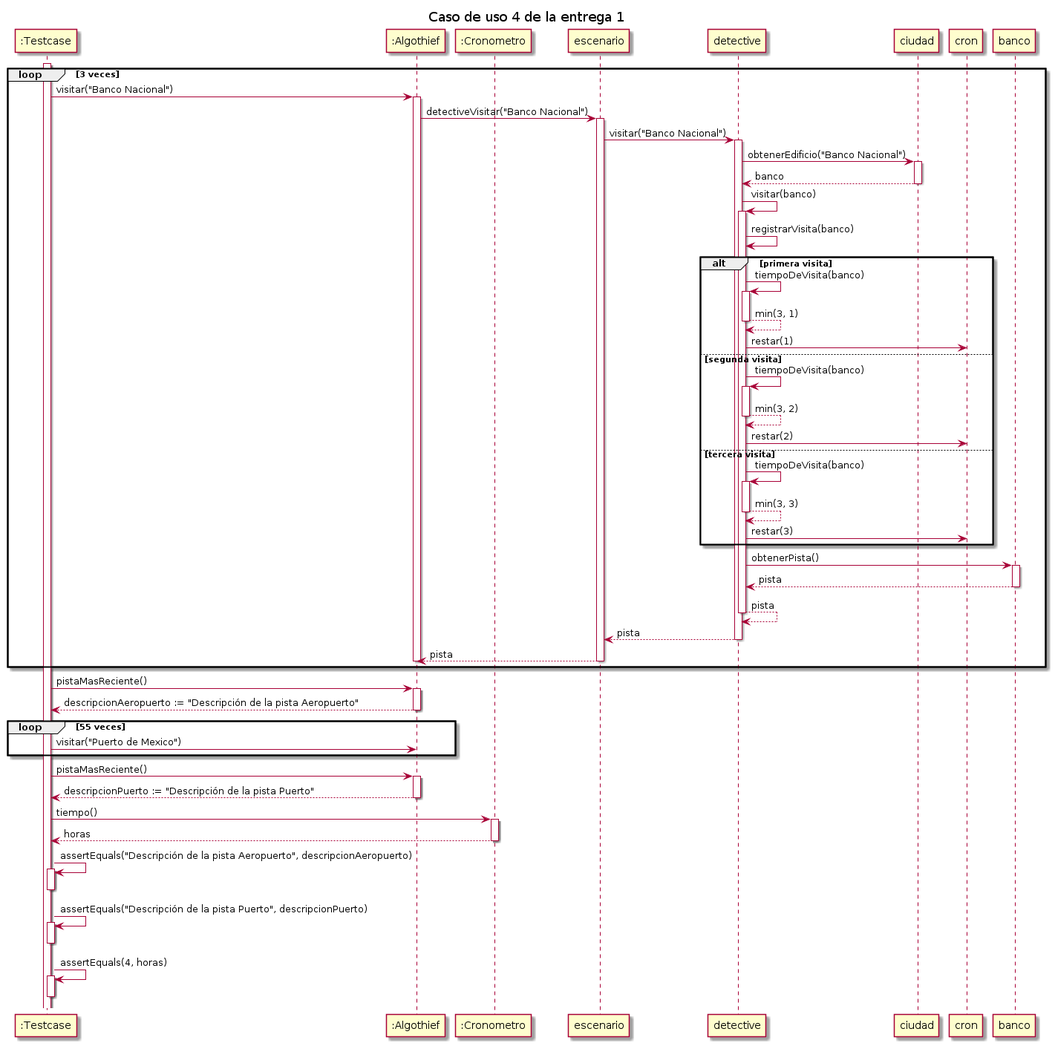
MegaRedHand/algo-thief keeps this PlantUML diagram as diagrams/sequences/secuencia_entrega1_testcase04.png. Above is the earlier version.
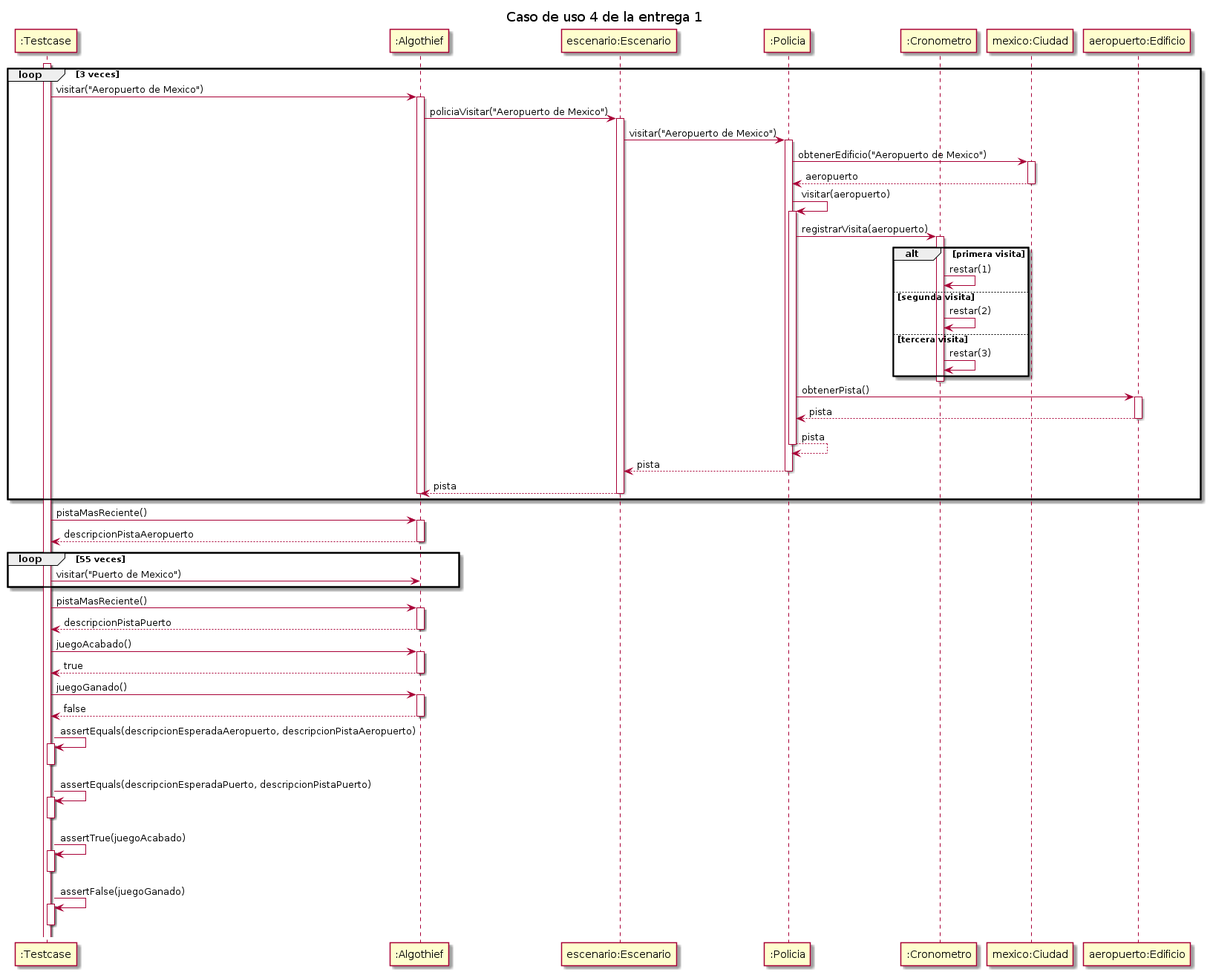
The same file after the commit.

Diff of the diagram source:
```diff
@@ -4,32 +4,32 @@
 
 participant ":Testcase" as testcase
 participant ":Algothief" as algothief
+participant "escenario:Escenario" as escenario
+participant ":Policia" as policia
 participant ":Cronometro" as cronometro
+participant "mexico:Ciudad" as ciudad
+participant "aeropuerto:Edificio" as aeropuerto
+
 
 
 activate testcase
 loop 3 veces
-    testcase -> algothief++: visitar("Banco Nacional")
-        algothief -> escenario++: detectiveVisitar("Banco Nacional")
-            escenario -> detective++: visitar("Banco Nacional")
-                detective -> ciudad++: obtenerEdificio("Banco Nacional")
-                    return banco
-                detective -> detective++: visitar(banco)
-                    detective -> detective: registrarVisita(banco)
+    testcase -> algothief++: visitar("Aeropuerto de Mexico")
+        algothief -> escenario++: policiaVisitar("Aeropuerto de Mexico")
+            escenario -> policia++: visitar("Aeropuerto de Mexico")
+                policia -> ciudad++: obtenerEdificio("Aeropuerto de Mexico")
+                    return aeropuerto
+                policia -> policia++: visitar(aeropuerto)
+                    policia -> cronometro++: registrarVisita(aeropuerto)
                     alt primera visita
-                        detective -> detective++: tiempoDeVisita(banco)
-                        return min(3, 1)
-                    detective -> cron: restar(1)
+                        cronometro -> cronometro: restar(1)
                     else segunda visita
-                        detective -> detective++: tiempoDeVisita(banco)
-                        return min(3, 2)
-                    detective -> cron: restar(2)
+                        cronometro -> cronometro: restar(2)
                     else tercera visita
-                        detective -> detective++: tiempoDeVisita(banco)
-                        return min(3, 3)
-                    detective -> cron: restar(3)
+                        cronometro -> cronometro: restar(3)
                     end alt
-                    detective -> banco++: obtenerPista()
+                    deactivate
+                    policia -> aeropuerto++: obtenerPista()
                         return pista
                     return pista
                 return pista
@@ -37,25 +37,29 @@
         deactivate algothief
 end loop
 testcase -> algothief++: pistaMasReciente()
-    return descripcionAeropuerto := "Descripción de la pista Aeropuerto"
+    return descripcionPistaAeropuerto
 
 loop 55 veces
     testcase -> algothief: visitar("Puerto de Mexico")
 end loop
 testcase -> algothief++: pistaMasReciente()
-    return descripcionPuerto := "Descripción de la pista Puerto"
+    return descripcionPistaPuerto
 
+testcase -> algothief++: juegoAcabado()
+    return true
+testcase -> algothief++: juegoGanado()
+    return false
 
-testcase -> cronometro++: tiempo()
-    return horas
-
-testcase -> testcase++: assertEquals("Descripción de la pista Aeropuerto", descripcionAeropuerto)
+testcase -> testcase++: assertEquals(descripcionEsperadaAeropuerto, descripcionPistaAeropuerto)
 deactivate testcase
 
-testcase -> testcase++: assertEquals("Descripción de la pista Puerto", descripcionPuerto)
+testcase -> testcase++: assertEquals(descripcionEsperadaPuerto, descripcionPistaPuerto)
 deactivate testcase
 
-testcase -> testcase++: assertEquals(4, horas)
+testcase -> testcase++: assertTrue(juegoAcabado)
+deactivate testcase
+
+testcase -> testcase++: assertFalse(juegoGanado)
 deactivate testcase
 
 @enduml
```
